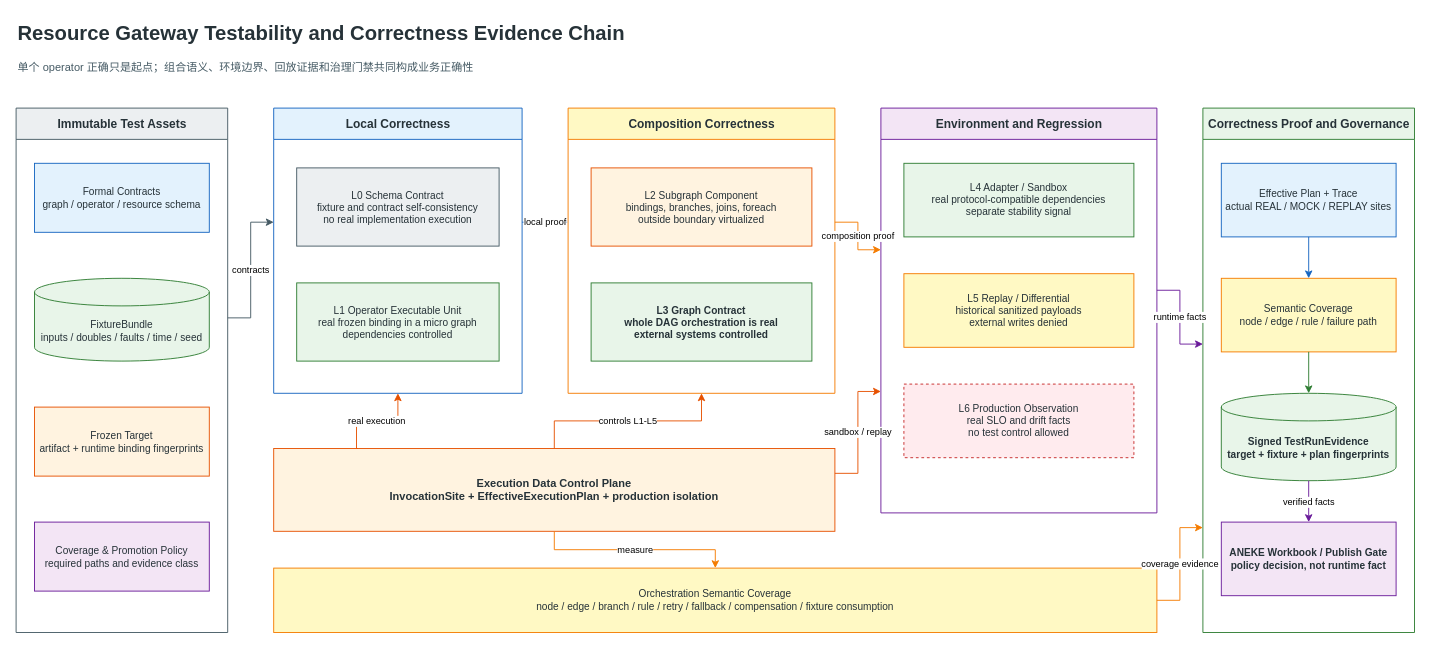
This is docs/assets/drawio/resource-gateway-testability-evidence-chain.drawio from leanowtech/bloge-examples, a draw.io file, before an edit. Source tidied: cells renumbered, new cells numbered last; positions are measured from the earlier drawing's top-left corner, leaving out a move shared by most shapes. Both pictures are drawn from the tidied source at 92%, with x=0, y=0 at pixel (16, 16).
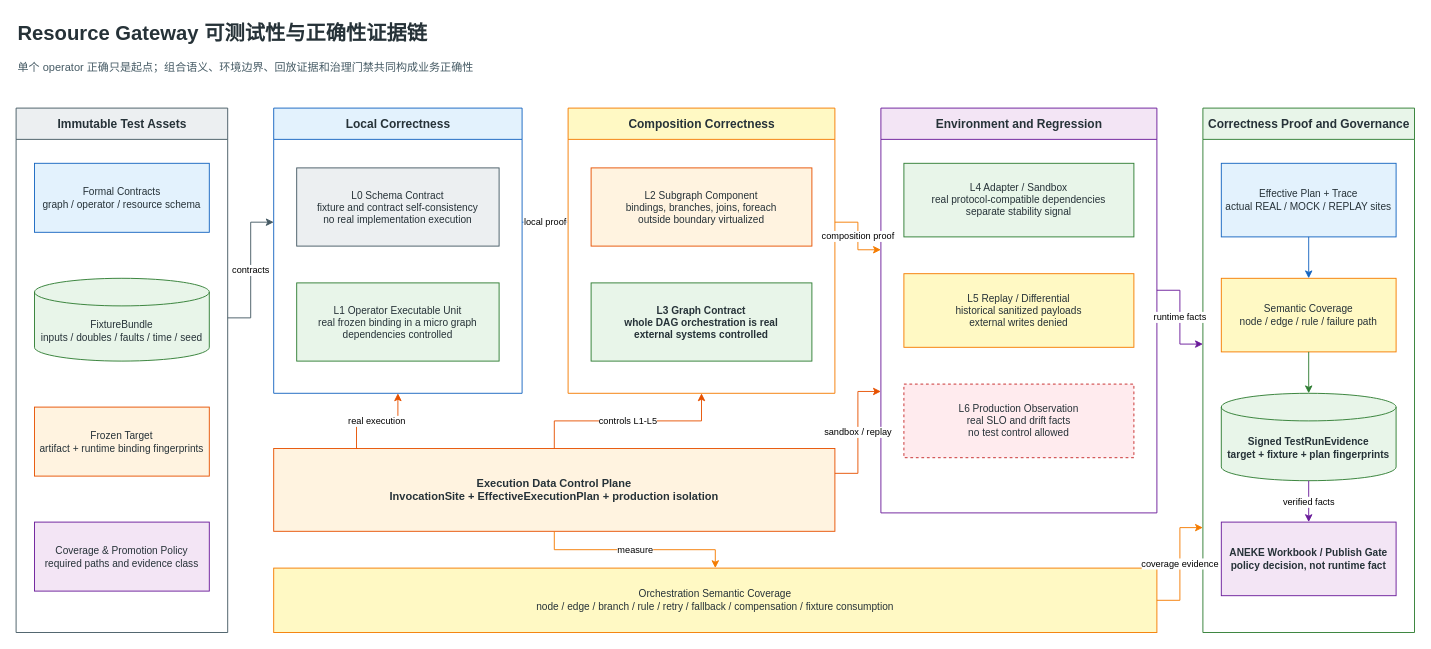
Above is the later version.

The edit, as a diff of the source:
```diff
@@
-    <mxCell id="2" value="Resource Gateway Testability and Correctness Evidence Chain" style="text;html=1;align=left;verticalAlign=middle;fontFamily=Arial;fontSize=22;fontStyle=1;fontColor=#263238;" parent="1" vertex="1">
+    <mxCell id="2" value="Resource Gateway 可测试性与正确性证据链" style="text;html=1;align=left;verticalAlign=middle;fontFamily=Arial;fontSize=22;fontStyle=1;fontColor=#263238;" parent="1" vertex="1">
       <mxGeometry width="920" height="40" as="geometry" />
     </mxCell>
```
